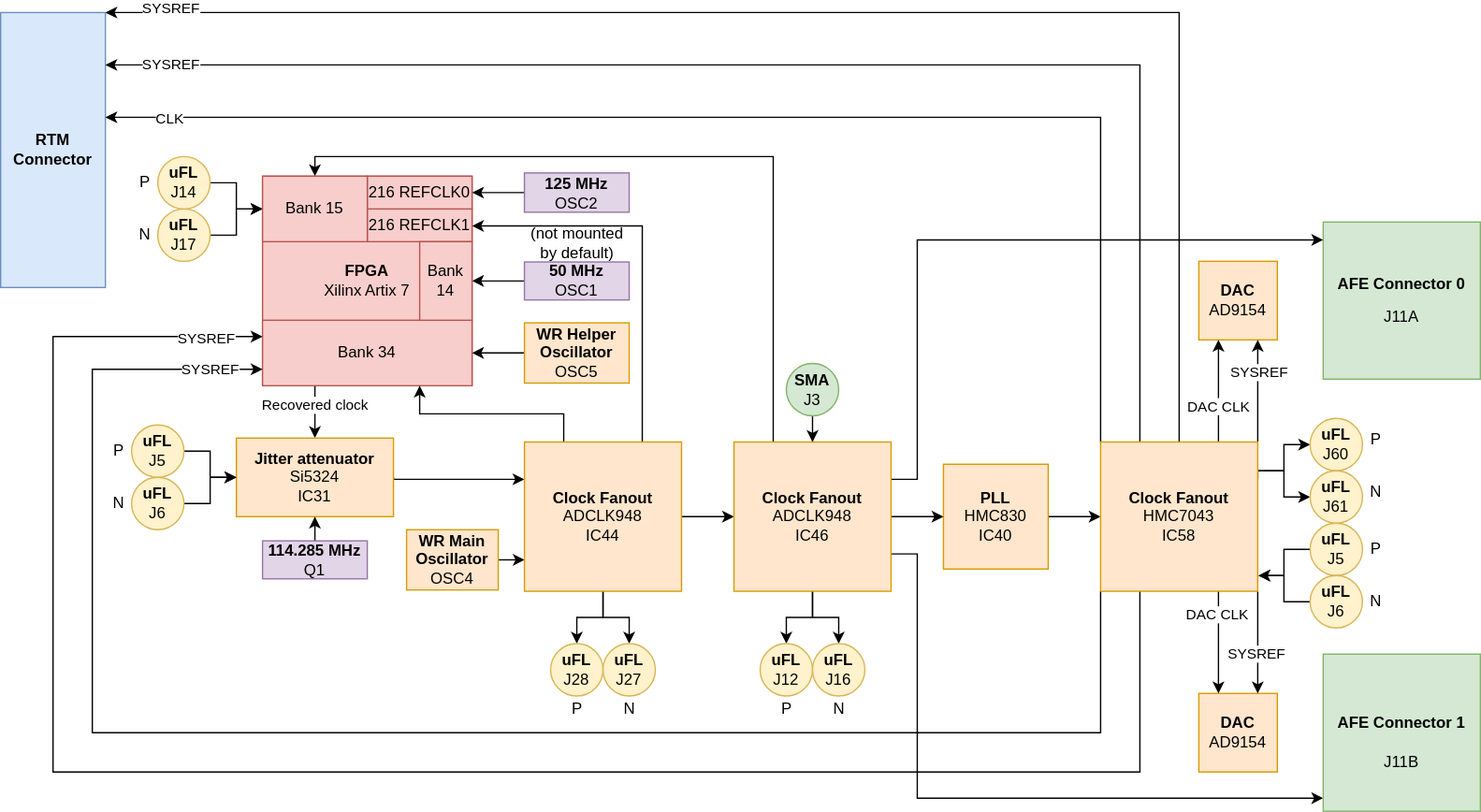
Earlier version of the draw.io export sayma_rtm/img/Sayma_RTM_clk.svg (sinara-hw/Sayma_Metlino_Documentation). Source tidied: cells renumbered, new cells last; positions are measured from the earlier drawing's top-left corner, leaving out a move shared by most shapes.
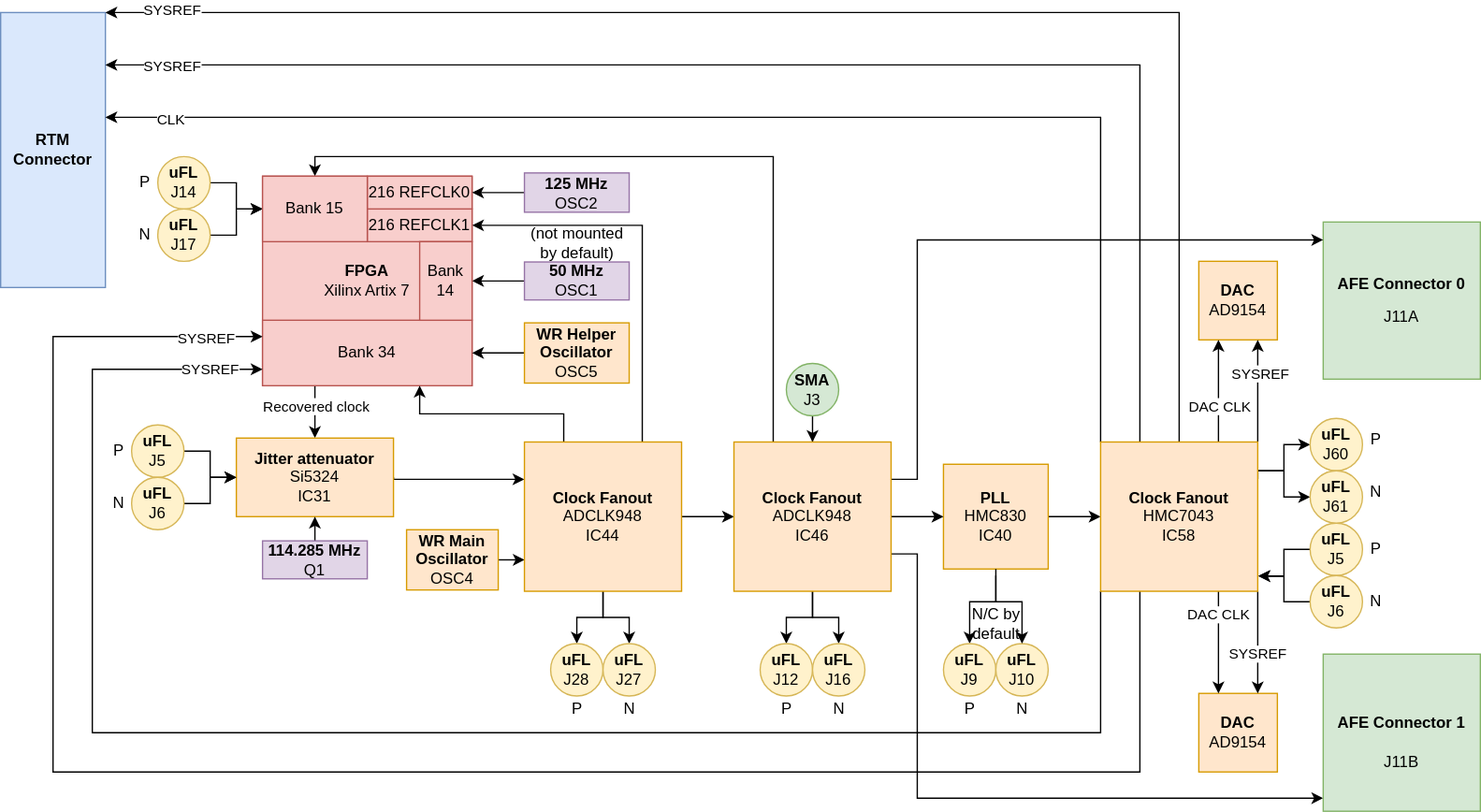
Above is the later version.

Change to the diagram source:
```diff
@@ -368,5 +368,38 @@
     <mxCell id="95" value="&lt;div&gt;(not mounted &lt;br&gt;&lt;/div&gt;&lt;div&gt;by default)&lt;/div&gt;" style="text;html=1;align=center;verticalAlign=middle;" parent="1" vertex="1">
       <mxGeometry x="395" y="160.5" width="90" height="30" as="geometry" />
     </mxCell>
+    <mxCell id="96" style="edgeStyle=orthogonalEdgeStyle;rounded=0;jettySize=auto;html=1;exitX=0.5;exitY=1;exitDx=0;exitDy=0;startArrow=none;startFill=0;" parent="1" edge="1" target="97">
+      <mxGeometry relative="1" as="geometry">
+        <mxPoint x="760" y="425" as="sourcePoint" />
+        <Array as="points">
+          <mxPoint x="760" y="450" />
+          <mxPoint x="740" y="450" />
+        </Array>
+      </mxGeometry>
+    </mxCell>
+    <mxCell id="97" value="&lt;b&gt;uFL&lt;/b&gt;&lt;br&gt;J9" style="ellipse;whiteSpace=wrap;html=1;fillColor=#fff2cc;strokeColor=#d6b656;" parent="1" vertex="1">
+      <mxGeometry x="720" y="482" width="40" height="40" as="geometry" />
+    </mxCell>
+    <mxCell id="98" value="&lt;b&gt;uFL&lt;/b&gt;&lt;br&gt;&lt;div&gt;J10&lt;/div&gt;" style="ellipse;whiteSpace=wrap;html=1;fillColor=#fff2cc;strokeColor=#d6b656;" parent="1" vertex="1">
+      <mxGeometry x="760" y="482" width="40" height="40" as="geometry" />
+    </mxCell>
+    <mxCell id="99" value="N/C by&lt;br&gt;default" style="text;html=1;align=center;verticalAlign=middle;strokeColor=none;fillColor=none;" parent="1" vertex="1">
+      <mxGeometry x="735" y="452" width="50" height="30" as="geometry" />
+    </mxCell>
+    <mxCell id="100" style="edgeStyle=orthogonalEdgeStyle;rounded=0;jettySize=auto;html=1;startArrow=none;startFill=0;entryX=0.5;entryY=0;entryDx=0;entryDy=0;" parent="1" edge="1" target="98">
+      <mxGeometry relative="1" as="geometry">
+        <mxPoint x="760" y="430" as="sourcePoint" />
+        <Array as="points">
+          <mxPoint x="760" y="450" />
+          <mxPoint x="780" y="450" />
+        </Array>
+      </mxGeometry>
+    </mxCell>
+    <mxCell id="101" value="P" style="text;html=1;align=center;verticalAlign=middle;" parent="1" vertex="1">
+      <mxGeometry x="730" y="522" width="20" height="20" as="geometry" />
+    </mxCell>
+    <mxCell id="102" value="N" style="text;html=1;align=center;verticalAlign=middle;" parent="1" vertex="1">
+      <mxGeometry x="770" y="522" width="20" height="20" as="geometry" />
+    </mxCell>
   </root>
 </mxGraphModel>
```
